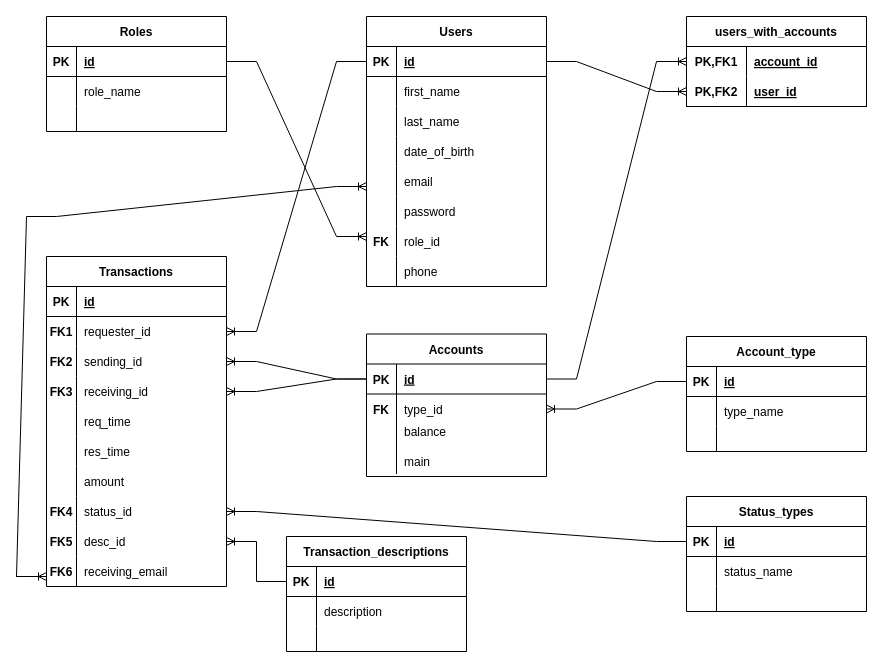
Earlier version of the draw.io diagram database/dbERD.drawio (lolmos486/documentation). Source tidied: cells renumbered, new cells numbered last; positions are measured from the earlier drawing's top-left corner, leaving out a move shared by most shapes. Both pictures are drawn from the tidied source at 100%, with x=0, y=0 at pixel (16, 16).
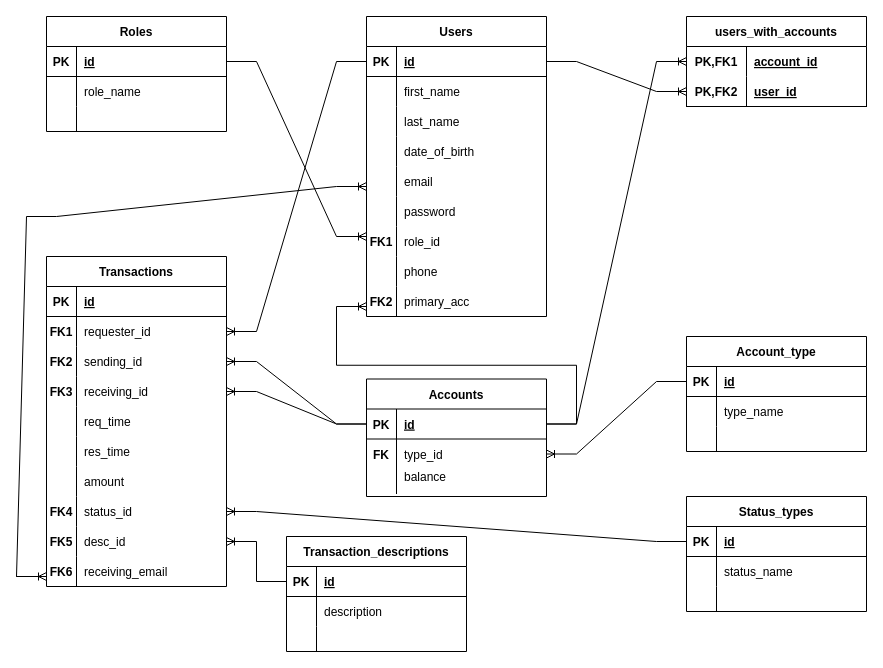
The same diagram, later.

Commit message (it also covers changes not shown here):
add primary_acc attribute in users to act as default receiving account

Unchanged cells that the change refers to:
```xml
<mxCell id="47" style="shape=tableRow;horizontal=0;startSize=0;swimlaneHead=0;swimlaneBody=0;fillColor=none;points=[[0,0.5],[1,0.5]];portConstraint=eastwest;top=0;left=0;right=0;bottom=1;" parent="46" vertex="1">
  <mxGeometry y="30" width="180" height="30" as="geometry" />
</mxCell>
```

Diff of the diagram source:
```diff
@@
     <mxCell id="2" value="Users" style="shape=table;startSize=30;childLayout=tableLayout;rowLines=0;fontStyle=1;align=center;" parent="1" vertex="1">
-      <mxGeometry x="350" width="180" height="270" as="geometry" />
+      <mxGeometry x="350" width="180" height="300" as="geometry" />
     </mxCell>
@@
+    <mxCell id="139" style="shape=tableRow;horizontal=0;startSize=0;swimlaneHead=0;swimlaneBody=0;fillColor=none;top=0;left=0;right=0;bottom=0;" parent="2" vertex="1">
+      <mxGeometry y="150" width="180" height="30" as="geometry" />
+    </mxCell>
+    <mxCell id="140" style="shape=partialRectangle;fillColor=none;top=0;left=0;bottom=0;right=0;overflow=hidden;" parent="139" vertex="1">
+      <mxGeometry width="30" height="30" as="geometry" />
+    </mxCell>
+    <mxCell id="141" style="shape=partialRectangle;fillColor=none;top=0;left=0;bottom=0;right=0;align=left;spacingLeft=6;overflow=hidden;" parent="139" vertex="1">
+      <mxGeometry x="30" width="150" height="30" as="geometry" />
+    </mxCell>
     <mxCell id="15" style="shape=tableRow;horizontal=0;startSize=0;swimlaneHead=0;swimlaneBody=0;fillColor=none;top=0;left=0;right=0;bottom=0;" parent="2" vertex="1">
-      <mxGeometry y="150" width="180" height="30" as="geometry" />
+      <mxGeometry y="180" width="180" height="30" as="geometry" />
     </mxCell>
@@
     <mxCell id="18" style="shape=tableRow;horizontal=0;startSize=0;swimlaneHead=0;swimlaneBody=0;fillColor=none;top=0;left=0;right=0;bottom=0;" parent="2" vertex="1">
-      <mxGeometry y="180" width="180" height="30" as="geometry" />
+      <mxGeometry y="210" width="180" height="30" as="geometry" />
     </mxCell>
@@
     <mxCell id="21" style="shape=tableRow;horizontal=0;startSize=0;swimlaneHead=0;swimlaneBody=0;fillColor=none;top=0;left=0;right=0;bottom=0;" parent="2" vertex="1">
-      <mxGeometry y="210" width="180" height="30" as="geometry" />
+      <mxGeometry y="240" width="180" height="30" as="geometry" />
     </mxCell>
@@
     <mxCell id="24" style="shape=tableRow;horizontal=0;startSize=0;swimlaneHead=0;swimlaneBody=0;fillColor=none;top=0;left=0;right=0;bottom=0;" parent="2" vertex="1">
-      <mxGeometry y="240" width="180" height="30" as="geometry" />
+      <mxGeometry y="270" width="180" height="30" as="geometry" />
     </mxCell>
-    <mxCell id="25" style="shape=partialRectangle;fillColor=none;top=0;left=0;bottom=0;right=0;overflow=hidden;" parent="24" vertex="1">
+    <mxCell id="25" value="FK2" style="shape=partialRectangle;fillColor=none;top=0;left=0;bottom=0;right=0;overflow=hidden;fontStyle=1;" parent="24" vertex="1">
       <mxGeometry width="30" height="30" as="geometry" />
     </mxCell>
@@
-    <mxCell id="40" value="FK" style="shape=partialRectangle;fillColor=none;top=0;left=0;bottom=0;right=0;overflow=hidden;fontStyle=1;" parent="1" vertex="1">
+    <mxCell id="40" value="FK1" style="shape=partialRectangle;fillColor=none;top=0;left=0;bottom=0;right=0;overflow=hidden;fontStyle=1;" parent="1" vertex="1">
       <mxGeometry x="350" y="210" width="30" height="30" as="geometry" />
     </mxCell>
@@
     <mxCell id="46" value="Accounts" style="shape=table;startSize=30;childLayout=tableLayout;rowLines=0;fontStyle=1;align=center;" parent="1" vertex="1">
-      <mxGeometry x="350" y="317.5" width="180" height="142.5" as="geometry" />
+      <mxGeometry x="350" y="362.5" width="180" height="117.5" as="geometry" />
     </mxCell>
@@
-    <mxCell id="56" style="shape=tableRow;horizontal=0;startSize=0;swimlaneHead=0;swimlaneBody=0;fillColor=none;top=0;left=0;right=0;bottom=0;" parent="46" vertex="1">
-      <mxGeometry y="115" width="180" height="25" as="geometry" />
-    </mxCell>
-    <mxCell id="57" style="shape=partialRectangle;fillColor=none;top=0;left=0;bottom=0;right=0;overflow=hidden;" parent="56" vertex="1">
-      <mxGeometry width="30" height="25" as="geometry" />
-    </mxCell>
-    <mxCell id="58" value="main" style="shape=partialRectangle;fillColor=none;top=0;left=0;bottom=0;right=0;align=left;spacingLeft=6;overflow=hidden;" parent="56" vertex="1">
-      <mxGeometry x="30" width="150" height="25" as="geometry" />
-    </mxCell>
     <mxCell id="59" value="balance" style="shape=partialRectangle;fillColor=none;top=0;left=0;bottom=0;right=0;align=left;spacingLeft=6;overflow=hidden;" parent="1" vertex="1">
-      <mxGeometry x="380" y="400" width="150" height="30" as="geometry" />
+      <mxGeometry x="380" y="445" width="150" height="30" as="geometry" />
     </mxCell>
@@
+    <mxCell id="142" value="primary_acc" style="shape=partialRectangle;fillColor=none;top=0;left=0;bottom=0;right=0;align=left;spacingLeft=6;overflow=hidden;" parent="1" vertex="1">
+      <mxGeometry x="380" y="270" width="150" height="30" as="geometry" />
+    </mxCell>
+    <mxCell id="143" style="edgeStyle=entityRelationEdgeStyle;fontSize=12;html=1;endArrow=ERoneToMany;rounded=0;exitX=1;exitY=0.5;exitDx=0;exitDy=0;" parent="1" edge="1" source="47">
+      <mxGeometry relative="1" as="geometry">
+        <mxPoint x="350" y="290" as="targetPoint" />
+      </mxGeometry>
+    </mxCell>
```
